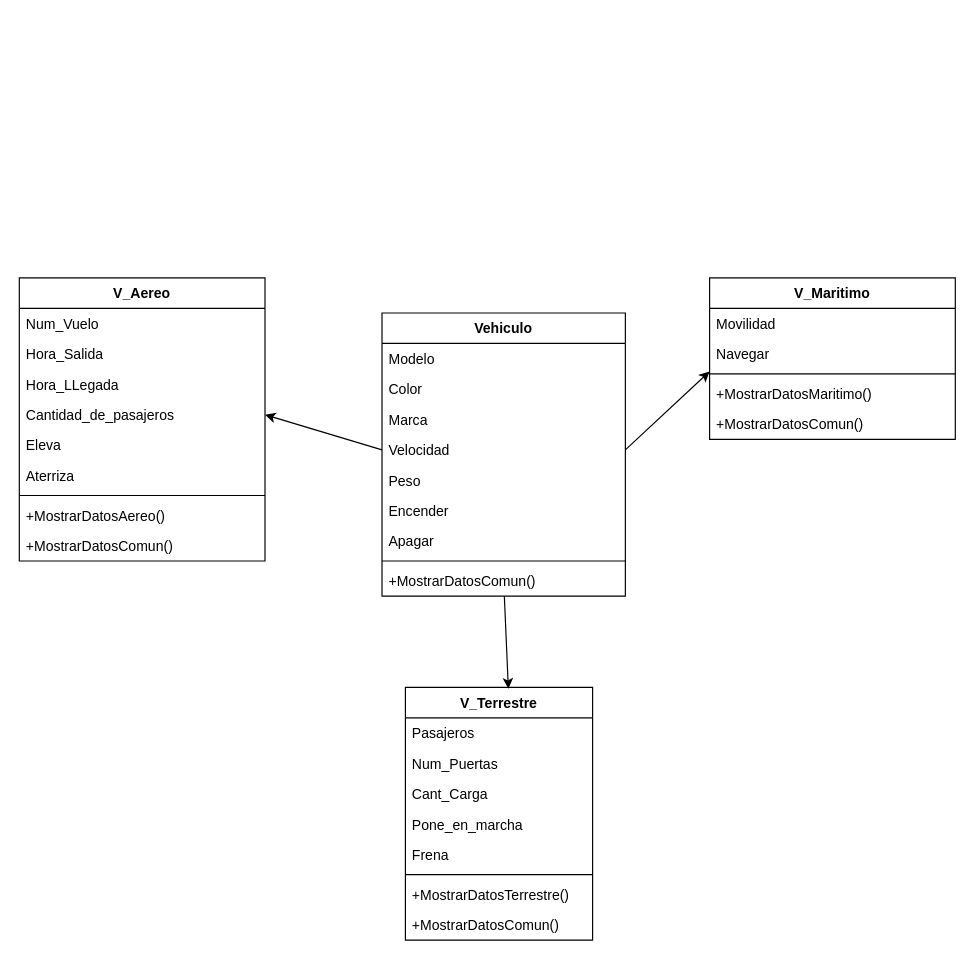
Before: .vs/EjercicioDeModelado/EjercicioZ.drawio in DiazMan27/LeandroDiazDS, a draw.io diagram. Source tidied: cells renumbered, new cells numbered last; positions are measured from the earlier drawing's top-left corner, leaving out a move shared by most shapes. Both pictures are drawn from the tidied source at 117%, with x=0, y=0 at pixel (19, 277).
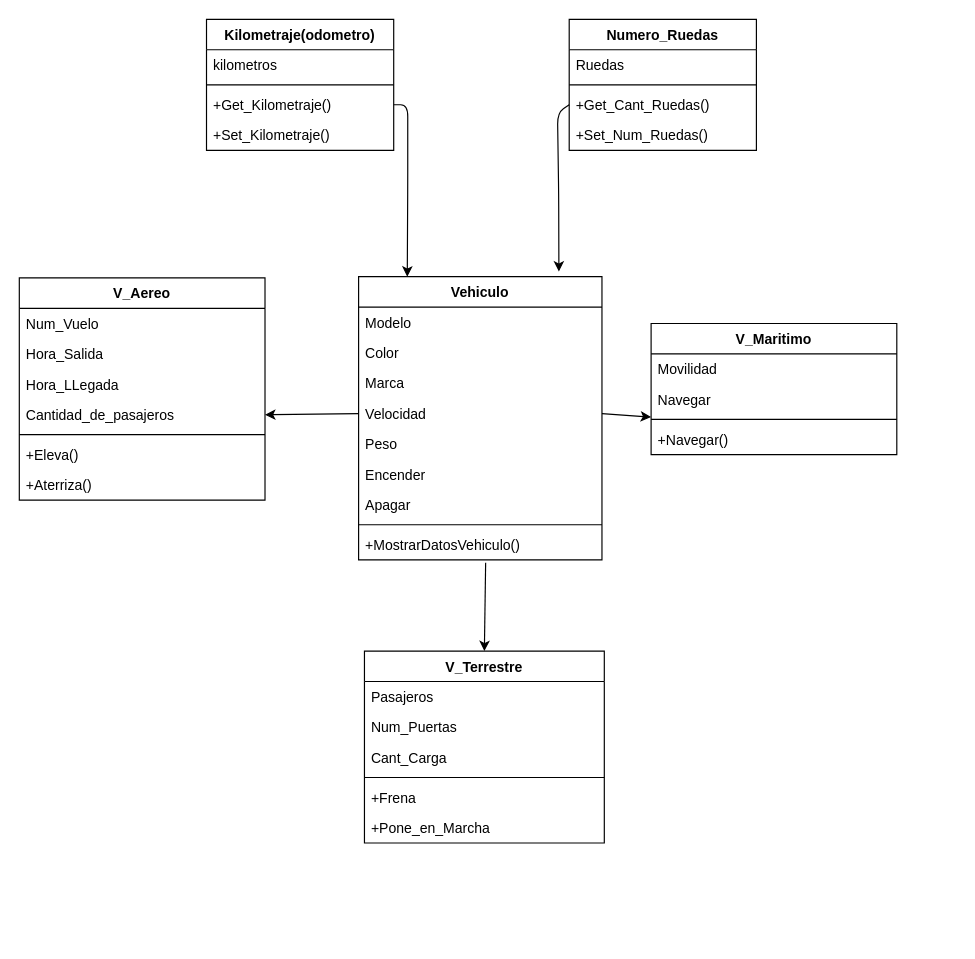
After the change.

What changed in the source:
```diff
@@
     <mxCell id="2" value="V_Aereo" style="swimlane;fontStyle=1;align=center;verticalAlign=top;horizontal=1;startSize=26;" parent="1" vertex="1">
-      <mxGeometry width="210" height="242" as="geometry" />
+      <mxGeometry width="210" height="190" as="geometry" />
     </mxCell>
@@
-    <mxCell id="4" value="Hora_Salida" style="text;strokeColor=none;fillColor=none;align=left;verticalAlign=top;spacingLeft=4;spacingRight=4;overflow=hidden;" parent="2" vertex="1">
-      <mxGeometry y="52" width="210" height="26" as="geometry" />
-    </mxCell>
-    <mxCell id="5" value="Hora_LLegada" style="text;strokeColor=none;fillColor=none;align=left;verticalAlign=top;spacingLeft=4;spacingRight=4;overflow=hidden;" parent="2" vertex="1">
-      <mxGeometry y="78" width="210" height="26" as="geometry" />
-    </mxCell>
-    <mxCell id="6" value="Cantidad_de_pasajeros" style="text;strokeColor=none;fillColor=none;align=left;verticalAlign=top;spacingLeft=4;spacingRight=4;overflow=hidden;points=[[0,0.5],[1,0.5]];portConstraint=eastwest;" parent="2" vertex="1">
-      <mxGeometry y="104" width="210" height="26" as="geometry" />
-    </mxCell>
-    <mxCell id="7" value="Eleva" style="text;strokeColor=none;fillColor=none;align=left;verticalAlign=top;spacingLeft=4;spacingRight=4;overflow=hidden;" parent="2" vertex="1">
-      <mxGeometry y="130" width="210" height="26" as="geometry" />
-    </mxCell>
-    <mxCell id="8" value="Aterriza" style="text;strokeColor=none;fillColor=none;align=left;verticalAlign=top;spacingLeft=4;spacingRight=4;overflow=hidden;" parent="2" vertex="1">
-      <mxGeometry y="156" width="210" height="26" as="geometry" />
-    </mxCell>
-    <mxCell id="9" style="line;strokeWidth=1;fillColor=none;align=left;verticalAlign=middle;spacingTop=-1;spacingLeft=3;spacingRight=3;labelPosition=right;strokeColor=inherit;" parent="2" vertex="1">
-      <mxGeometry y="182" width="210" height="8" as="geometry" />
+    <mxCell id="9" value="Hora_Salida" style="text;strokeColor=none;fillColor=none;align=left;verticalAlign=top;spacingLeft=4;spacingRight=4;overflow=hidden;" parent="2" vertex="1">
+      <mxGeometry y="52" width="210" height="26" as="geometry" />
     </mxCell>
-    <mxCell id="10" value="+MostrarDatosAereo()" style="text;strokeColor=none;fillColor=none;align=left;verticalAlign=top;spacingLeft=4;spacingRight=4;overflow=hidden;" parent="2" vertex="1">
-      <mxGeometry y="190" width="210" height="26" as="geometry" />
+    <mxCell id="10" value="Hora_LLegada" style="text;strokeColor=none;fillColor=none;align=left;verticalAlign=top;spacingLeft=4;spacingRight=4;overflow=hidden;" parent="2" vertex="1">
+      <mxGeometry y="78" width="210" height="26" as="geometry" />
     </mxCell>
-    <mxCell id="11" value="+MostrarDatosComun()" style="text;strokeColor=none;fillColor=none;align=left;verticalAlign=top;spacingLeft=4;spacingRight=4;overflow=hidden;points=[[0,0.5],[1,0.5]];portConstraint=eastwest;" parent="2" vertex="1">
-      <mxGeometry y="216" width="210" height="26" as="geometry" />
-    </mxCell>
+    <mxCell id="6" value="Cantidad_de_pasajeros" style="text;strokeColor=none;fillColor=none;align=left;verticalAlign=top;spacingLeft=4;spacingRight=4;overflow=hidden;points=[[0,0.5],[1,0.5]];portConstraint=eastwest;" parent="2" vertex="1">
+      <mxGeometry y="104" width="210" height="26" as="geometry" />
+    </mxCell>
-    <mxCell id="12" value="Vehiculo" style="swimlane;fontStyle=1;align=center;verticalAlign=top;horizontal=1;startSize=26;" parent="1" vertex="1">
-      <mxGeometry x="310" y="30" width="208" height="242" as="geometry" />
+    <mxCell id="12" style="line;strokeWidth=1;fillColor=none;align=left;verticalAlign=middle;spacingTop=-1;spacingLeft=3;spacingRight=3;labelPosition=right;strokeColor=inherit;" parent="2" vertex="1">
+      <mxGeometry y="130" width="210" height="8" as="geometry" />
     </mxCell>
-    <mxCell id="13" value="Modelo" style="text;strokeColor=none;fillColor=none;align=left;verticalAlign=top;spacingLeft=4;spacingRight=4;overflow=hidden;" parent="12" vertex="1">
-      <mxGeometry y="26" width="208" height="26" as="geometry" />
+    <mxCell id="13" value="+Eleva()" style="text;strokeColor=none;fillColor=none;align=left;verticalAlign=top;spacingLeft=4;spacingRight=4;overflow=hidden;" parent="2" vertex="1">
+      <mxGeometry y="138" width="210" height="26" as="geometry" />
     </mxCell>
-    <mxCell id="14" value="Color" style="text;strokeColor=none;fillColor=none;align=left;verticalAlign=top;spacingLeft=4;spacingRight=4;overflow=hidden;points=[[0,0.5],[1,0.5]];portConstraint=eastwest;" parent="12" vertex="1">
-      <mxGeometry y="52" width="208" height="26" as="geometry" />
-    </mxCell>
-    <mxCell id="15" value="Marca" style="text;strokeColor=none;fillColor=none;align=left;verticalAlign=top;spacingLeft=4;spacingRight=4;overflow=hidden;" parent="12" vertex="1">
-      <mxGeometry y="78" width="208" height="26" as="geometry" />
-    </mxCell>
-    <mxCell id="16" value="Velocidad" style="text;strokeColor=none;fillColor=none;align=left;verticalAlign=top;spacingLeft=4;spacingRight=4;overflow=hidden;points=[[0,0.5],[1,0.5]];portConstraint=eastwest;" parent="12" vertex="1">
-      <mxGeometry y="104" width="208" height="26" as="geometry" />
-    </mxCell>
-    <mxCell id="17" value="Peso" style="text;strokeColor=none;fillColor=none;align=left;verticalAlign=top;spacingLeft=4;spacingRight=4;overflow=hidden;" parent="12" vertex="1">
-      <mxGeometry y="130" width="208" height="26" as="geometry" />
-    </mxCell>
-    <mxCell id="18" value="Encender" style="text;strokeColor=none;fillColor=none;align=left;verticalAlign=top;spacingLeft=4;spacingRight=4;overflow=hidden;" parent="12" vertex="1">
-      <mxGeometry y="156" width="208" height="26" as="geometry" />
-    </mxCell>
-    <mxCell id="19" value="Apagar" style="text;strokeColor=none;fillColor=none;align=left;verticalAlign=top;spacingLeft=4;spacingRight=4;overflow=hidden;" parent="12" vertex="1">
-      <mxGeometry y="182" width="208" height="26" as="geometry" />
-    </mxCell>
-    <mxCell id="20" style="line;strokeWidth=1;fillColor=none;align=left;verticalAlign=middle;spacingTop=-1;spacingLeft=3;spacingRight=3;labelPosition=right;strokeColor=inherit;" parent="12" vertex="1">
-      <mxGeometry y="208" width="208" height="8" as="geometry" />
+    <mxCell id="20" value="+Aterriza()" style="text;strokeColor=none;fillColor=none;align=left;verticalAlign=top;spacingLeft=4;spacingRight=4;overflow=hidden;" parent="2" vertex="1">
+      <mxGeometry y="164" width="210" height="26" as="geometry" />
     </mxCell>
-    <mxCell id="21" value="+MostrarDatosComun()" style="text;strokeColor=none;fillColor=none;align=left;verticalAlign=top;spacingLeft=4;spacingRight=4;overflow=hidden;points=[[0,0.5],[1,0.5]];portConstraint=eastwest;" parent="12" vertex="1">
-      <mxGeometry y="216" width="208" height="26" as="geometry" />
+    <mxCell id="21" value="Vehiculo" style="swimlane;fontStyle=1;align=center;verticalAlign=top;horizontal=1;startSize=26;" parent="1" vertex="1">
+      <mxGeometry x="290" y="-1" width="208" height="242" as="geometry" />
     </mxCell>
-    <mxCell id="22" value="V_Maritimo" style="swimlane;fontStyle=1;align=center;verticalAlign=top;horizontal=1;startSize=26;" parent="1" vertex="1">
-      <mxGeometry x="590" width="210" height="138" as="geometry" />
+    <mxCell id="22" value="Modelo" style="text;strokeColor=none;fillColor=none;align=left;verticalAlign=top;spacingLeft=4;spacingRight=4;overflow=hidden;" parent="21" vertex="1">
+      <mxGeometry y="26" width="208" height="26" as="geometry" />
     </mxCell>
-    <mxCell id="23" value="Movilidad" style="text;strokeColor=none;fillColor=none;align=left;verticalAlign=top;spacingLeft=4;spacingRight=4;overflow=hidden;" parent="22" vertex="1">
-      <mxGeometry y="26" width="210" height="26" as="geometry" />
+    <mxCell id="23" value="Color" style="text;strokeColor=none;fillColor=none;align=left;verticalAlign=top;spacingLeft=4;spacingRight=4;overflow=hidden;" parent="21" vertex="1">
+      <mxGeometry y="52" width="208" height="26" as="geometry" />
     </mxCell>
-    <mxCell id="24" value="Navegar" style="text;strokeColor=none;fillColor=none;align=left;verticalAlign=top;spacingLeft=4;spacingRight=4;overflow=hidden;" parent="22" vertex="1">
-      <mxGeometry y="52" width="210" height="26" as="geometry" />
-    </mxCell>
-    <mxCell id="25" style="line;strokeWidth=1;fillColor=none;align=left;verticalAlign=middle;spacingTop=-1;spacingLeft=3;spacingRight=3;labelPosition=right;points=[];portConstraint=eastwest;strokeColor=inherit;" parent="22" vertex="1">
-      <mxGeometry y="78" width="210" height="8" as="geometry" />
+    <mxCell id="25" value="Marca" style="text;strokeColor=none;fillColor=none;align=left;verticalAlign=top;spacingLeft=4;spacingRight=4;overflow=hidden;points=[[0,0.5],[1,0.5]];portConstraint=eastwest;" parent="21" vertex="1">
+      <mxGeometry y="78" width="208" height="26" as="geometry" />
     </mxCell>
-    <mxCell id="26" value="+MostrarDatosMaritimo()" style="text;strokeColor=none;fillColor=none;align=left;verticalAlign=top;spacingLeft=4;spacingRight=4;overflow=hidden;points=[[0,0.5],[1,0.5]];portConstraint=eastwest;" parent="22" vertex="1">
-      <mxGeometry y="86" width="210" height="26" as="geometry" />
+    <mxCell id="26" value="Velocidad" style="text;strokeColor=none;fillColor=none;align=left;verticalAlign=top;spacingLeft=4;spacingRight=4;overflow=hidden;points=[[0,0.5],[1,0.5]];portConstraint=eastwest;" parent="21" vertex="1">
+      <mxGeometry y="104" width="208" height="26" as="geometry" />
     </mxCell>
-    <mxCell id="27" value="+MostrarDatosComun()" style="text;strokeColor=none;fillColor=none;align=left;verticalAlign=top;spacingLeft=4;spacingRight=4;overflow=hidden;" parent="22" vertex="1">
-      <mxGeometry y="112" width="210" height="26" as="geometry" />
-    </mxCell>
-    <mxCell id="28" value="V_Terrestre" style="swimlane;fontStyle=1;align=center;verticalAlign=top;horizontal=1;startSize=26;" parent="1" vertex="1">
-      <mxGeometry x="330" y="350" width="160" height="216" as="geometry" />
+    <mxCell id="28" value="Peso" style="text;strokeColor=none;fillColor=none;align=left;verticalAlign=top;spacingLeft=4;spacingRight=4;overflow=hidden;points=[[0,0.5],[1,0.5]];portConstraint=eastwest;" parent="21" vertex="1">
+      <mxGeometry y="130" width="208" height="26" as="geometry" />
     </mxCell>
-    <mxCell id="29" value="Pasajeros" style="text;strokeColor=none;fillColor=none;align=left;verticalAlign=top;spacingLeft=4;spacingRight=4;overflow=hidden;" parent="28" vertex="1">
-      <mxGeometry y="26" width="160" height="26" as="geometry" />
+    <mxCell id="29" value="Encender" style="text;strokeColor=none;fillColor=none;align=left;verticalAlign=top;spacingLeft=4;spacingRight=4;overflow=hidden;" parent="21" vertex="1">
+      <mxGeometry y="156" width="208" height="26" as="geometry" />
     </mxCell>
+    <mxCell id="34" value="Apagar" style="text;strokeColor=none;fillColor=none;align=left;verticalAlign=top;spacingLeft=4;spacingRight=4;overflow=hidden;" parent="21" vertex="1">
+      <mxGeometry y="182" width="208" height="26" as="geometry" />
+    </mxCell>
+    <mxCell id="35" style="line;strokeWidth=1;fillColor=none;align=left;verticalAlign=middle;spacingTop=-1;spacingLeft=3;spacingRight=3;labelPosition=right;strokeColor=inherit;" parent="21" vertex="1">
+      <mxGeometry y="208" width="208" height="8" as="geometry" />
+    </mxCell>
+    <mxCell id="14" value="+MostrarDatosVehiculo()" style="text;strokeColor=none;fillColor=none;align=left;verticalAlign=top;spacingLeft=4;spacingRight=4;overflow=hidden;points=[[0,0.5],[1,0.5]];portConstraint=eastwest;" parent="21" vertex="1">
+      <mxGeometry y="216" width="208" height="26" as="geometry" />
+    </mxCell>
+    <mxCell id="16" value="V_Maritimo" style="swimlane;fontStyle=1;align=center;verticalAlign=top;horizontal=1;startSize=26;" parent="1" vertex="1">
+      <mxGeometry x="540" y="39" width="210" height="112" as="geometry" />
+    </mxCell>
+    <mxCell id="15" value="Movilidad" style="text;strokeColor=none;fillColor=none;align=left;verticalAlign=top;spacingLeft=4;spacingRight=4;overflow=hidden;" parent="16" vertex="1">
+      <mxGeometry y="26" width="210" height="26" as="geometry" />
+    </mxCell>
+    <mxCell id="40" value="Navegar" style="text;strokeColor=none;fillColor=none;align=left;verticalAlign=top;spacingLeft=4;spacingRight=4;overflow=hidden;" parent="16" vertex="1">
+      <mxGeometry y="52" width="210" height="26" as="geometry" />
+    </mxCell>
+    <mxCell id="41" style="line;strokeWidth=1;fillColor=none;align=left;verticalAlign=middle;spacingTop=-1;spacingLeft=3;spacingRight=3;labelPosition=right;points=[];portConstraint=eastwest;strokeColor=inherit;" parent="16" vertex="1">
+      <mxGeometry y="78" width="210" height="8" as="geometry" />
+    </mxCell>
+    <mxCell id="7" value="+Navegar()" style="text;strokeColor=none;fillColor=none;align=left;verticalAlign=top;spacingLeft=4;spacingRight=4;overflow=hidden;" parent="16" vertex="1">
+      <mxGeometry y="86" width="210" height="26" as="geometry" />
+    </mxCell>
+    <mxCell id="11" value="V_Terrestre" style="swimlane;fontStyle=1;align=center;verticalAlign=top;horizontal=1;startSize=26;" parent="1" vertex="1">
+      <mxGeometry x="295" y="319" width="205" height="164" as="geometry" />
+    </mxCell>
+    <mxCell id="17" value="Pasajeros" style="text;strokeColor=none;fillColor=none;align=left;verticalAlign=top;spacingLeft=4;spacingRight=4;overflow=hidden;" parent="11" vertex="1">
+      <mxGeometry y="26" width="205" height="26" as="geometry" />
+    </mxCell>
-    <mxCell id="30" value="Num_Puertas" style="text;strokeColor=none;fillColor=none;align=left;verticalAlign=top;spacingLeft=4;spacingRight=4;overflow=hidden;" parent="28" vertex="1">
-      <mxGeometry y="52" width="160" height="26" as="geometry" />
+    <mxCell id="30" value="Num_Puertas" style="text;strokeColor=none;fillColor=none;align=left;verticalAlign=top;spacingLeft=4;spacingRight=4;overflow=hidden;" parent="11" vertex="1">
+      <mxGeometry y="52" width="205" height="26" as="geometry" />
     </mxCell>
-    <mxCell id="31" value="Cant_Carga" style="text;strokeColor=none;fillColor=none;align=left;verticalAlign=top;spacingLeft=4;spacingRight=4;overflow=hidden;" parent="28" vertex="1">
-      <mxGeometry y="78" width="160" height="26" as="geometry" />
+    <mxCell id="31" value="Cant_Carga" style="text;strokeColor=none;fillColor=none;align=left;verticalAlign=top;spacingLeft=4;spacingRight=4;overflow=hidden;" parent="11" vertex="1">
+      <mxGeometry y="78" width="205" height="26" as="geometry" />
     </mxCell>
+    <mxCell id="42" style="line;strokeWidth=1;fillColor=none;align=left;verticalAlign=middle;spacingTop=-1;spacingLeft=3;spacingRight=3;labelPosition=right;strokeColor=inherit;" parent="11" vertex="1">
+      <mxGeometry y="104" width="205" height="8" as="geometry" />
+    </mxCell>
+    <mxCell id="27" value="+Frena" style="text;strokeColor=none;fillColor=none;align=left;verticalAlign=top;spacingLeft=4;spacingRight=4;overflow=hidden;" parent="11" vertex="1">
+      <mxGeometry y="112" width="205" height="26" as="geometry" />
+    </mxCell>
+    <mxCell id="8" value="+Pone_en_Marcha" style="text;strokeColor=none;fillColor=none;align=left;verticalAlign=top;spacingLeft=4;spacingRight=4;overflow=hidden;" parent="11" vertex="1">
+      <mxGeometry y="138" width="205" height="26" as="geometry" />
+    </mxCell>
+    <mxCell id="18" style="edgeStyle=none;html=1;entryX=1;entryY=0.5;entryDx=0;entryDy=0;exitX=0;exitY=0.5;exitDx=0;exitDy=0;" parent="1" edge="1" source="26" target="6">
+      <mxGeometry relative="1" as="geometry" />
+    </mxCell>
+    <mxCell id="19" style="edgeStyle=none;html=1;entryX=0;entryY=0.25;entryDx=0;entryDy=0;entryPerimeter=0;exitX=1;exitY=0.5;exitDx=0;exitDy=0;" parent="1" edge="1" source="26" target="41">
+      <mxGeometry relative="1" as="geometry" />
+    </mxCell>
+    <mxCell id="33" value="Numero_Ruedas" style="swimlane;fontStyle=1;align=center;verticalAlign=top;horizontal=1;startSize=26;" parent="1" vertex="1">
+      <mxGeometry x="470" y="-221" width="160" height="112" as="geometry" />
+    </mxCell>
-    <mxCell id="32" value="Pone_en_marcha" style="text;strokeColor=none;fillColor=none;align=left;verticalAlign=top;spacingLeft=4;spacingRight=4;overflow=hidden;" parent="28" vertex="1">
-      <mxGeometry y="104" width="160" height="26" as="geometry" />
+    <mxCell id="32" value="Ruedas" style="text;strokeColor=none;fillColor=none;align=left;verticalAlign=top;spacingLeft=4;spacingRight=4;overflow=hidden;" parent="33" vertex="1">
+      <mxGeometry y="26" width="160" height="26" as="geometry" />
     </mxCell>
-    <mxCell id="33" value="Frena" style="text;strokeColor=none;fillColor=none;align=left;verticalAlign=top;spacingLeft=4;spacingRight=4;overflow=hidden;" parent="28" vertex="1">
-      <mxGeometry y="130" width="160" height="26" as="geometry" />
-    </mxCell>
-    <mxCell id="34" style="line;strokeWidth=1;fillColor=none;align=left;verticalAlign=middle;spacingTop=-1;spacingLeft=3;spacingRight=3;labelPosition=right;strokeColor=inherit;" parent="28" vertex="1">
-      <mxGeometry y="156" width="160" height="8" as="geometry" />
-    </mxCell>
-    <mxCell id="35" value="+MostrarDatosTerrestre()" style="text;strokeColor=none;fillColor=none;align=left;verticalAlign=top;spacingLeft=4;spacingRight=4;overflow=hidden;" parent="28" vertex="1">
-      <mxGeometry y="164" width="160" height="26" as="geometry" />
-    </mxCell>
-    <mxCell id="36" value="+MostrarDatosComun()" style="text;strokeColor=none;fillColor=none;align=left;verticalAlign=top;spacingLeft=4;spacingRight=4;overflow=hidden;" parent="28" vertex="1">
-      <mxGeometry y="190" width="160" height="26" as="geometry" />
-    </mxCell>
+    <mxCell id="24" style="line;strokeWidth=1;fillColor=none;align=left;verticalAlign=middle;spacingTop=-1;spacingLeft=3;spacingRight=3;labelPosition=right;strokeColor=inherit;" parent="33" vertex="1">
+      <mxGeometry y="52" width="160" height="8" as="geometry" />
+    </mxCell>
-    <mxCell id="37" style="edgeStyle=none;html=1;entryX=1;entryY=0.5;entryDx=0;entryDy=0;exitX=0;exitY=0.5;exitDx=0;exitDy=0;" parent="1" edge="1" source="16" target="6">
-      <mxGeometry relative="1" as="geometry" />
+    <mxCell id="37" value="+Get_Cant_Ruedas()" style="text;strokeColor=none;fillColor=none;align=left;verticalAlign=top;spacingLeft=4;spacingRight=4;overflow=hidden;points=[[0,0.5],[1,0.5]];portConstraint=eastwest;" parent="33" vertex="1">
+      <mxGeometry y="60" width="160" height="26" as="geometry" />
     </mxCell>
+    <mxCell id="43" value="+Set_Num_Ruedas()" style="text;strokeColor=none;fillColor=none;align=left;verticalAlign=top;spacingLeft=4;spacingRight=4;overflow=hidden;" parent="33" vertex="1">
+      <mxGeometry y="86" width="160" height="26" as="geometry" />
+    </mxCell>
-    <mxCell id="38" style="edgeStyle=none;html=1;entryX=0;entryY=0.25;entryDx=0;entryDy=0;entryPerimeter=0;exitX=1;exitY=0.5;exitDx=0;exitDy=0;" parent="1" edge="1" source="16" target="25">
-      <mxGeometry relative="1" as="geometry" />
+    <mxCell id="38" value="Kilometraje(odometro)" style="swimlane;fontStyle=1;align=center;verticalAlign=top;horizontal=1;startSize=26;" parent="1" vertex="1">
+      <mxGeometry x="160" y="-221" width="160" height="112" as="geometry" />
     </mxCell>
-    <mxCell id="39" style="edgeStyle=none;html=1;entryX=0.55;entryY=0.005;entryDx=0;entryDy=0;entryPerimeter=0;" parent="1" edge="1" source="21" target="28">
-      <mxGeometry relative="1" as="geometry" />
+    <mxCell id="39" value="kilometros" style="text;strokeColor=none;fillColor=none;align=left;verticalAlign=top;spacingLeft=4;spacingRight=4;overflow=hidden;" parent="38" vertex="1">
+      <mxGeometry y="26" width="160" height="26" as="geometry" />
     </mxCell>
+    <mxCell id="44" style="line;strokeWidth=1;fillColor=none;align=left;verticalAlign=middle;spacingTop=-1;spacingLeft=3;spacingRight=3;labelPosition=right;strokeColor=inherit;" parent="38" vertex="1">
+      <mxGeometry y="52" width="160" height="8" as="geometry" />
+    </mxCell>
+    <mxCell id="45" value="+Get_Kilometraje()" style="text;strokeColor=none;fillColor=none;align=left;verticalAlign=top;spacingLeft=4;spacingRight=4;overflow=hidden;points=[[0,0.5],[1,0.5]];portConstraint=eastwest;" parent="38" vertex="1">
+      <mxGeometry y="60" width="160" height="26" as="geometry" />
+    </mxCell>
+    <mxCell id="46" value="+Set_Kilometraje()" style="text;strokeColor=none;fillColor=none;align=left;verticalAlign=top;spacingLeft=4;spacingRight=4;overflow=hidden;" parent="38" vertex="1">
+      <mxGeometry y="86" width="160" height="26" as="geometry" />
+    </mxCell>
+    <mxCell id="47" style="edgeStyle=none;html=1;exitX=1;exitY=0.5;exitDx=0;exitDy=0;entryX=0.2;entryY=0;entryDx=0;entryDy=0;entryPerimeter=0;" parent="1" edge="1" source="45" target="21">
+      <mxGeometry relative="1" as="geometry">
+        <Array as="points">
+          <mxPoint x="332" y="-148" />
+          <mxPoint x="332" y="-81" />
+        </Array>
+      </mxGeometry>
+    </mxCell>
+    <mxCell id="48" style="edgeStyle=none;html=1;exitX=0;exitY=0.5;exitDx=0;exitDy=0;entryX=0.823;entryY=-0.018;entryDx=0;entryDy=0;entryPerimeter=0;" parent="1" edge="1" source="37" target="21">
+      <mxGeometry relative="1" as="geometry">
+        <Array as="points">
+          <mxPoint x="460" y="-141" />
+          <mxPoint x="461" y="-71" />
+        </Array>
+      </mxGeometry>
+    </mxCell>
+    <mxCell id="49" style="edgeStyle=none;html=1;exitX=0.522;exitY=1.092;exitDx=0;exitDy=0;entryX=0.5;entryY=0;entryDx=0;entryDy=0;exitPerimeter=0;" parent="1" edge="1" source="14" target="11">
+      <mxGeometry relative="1" as="geometry" />
+    </mxCell>
```
